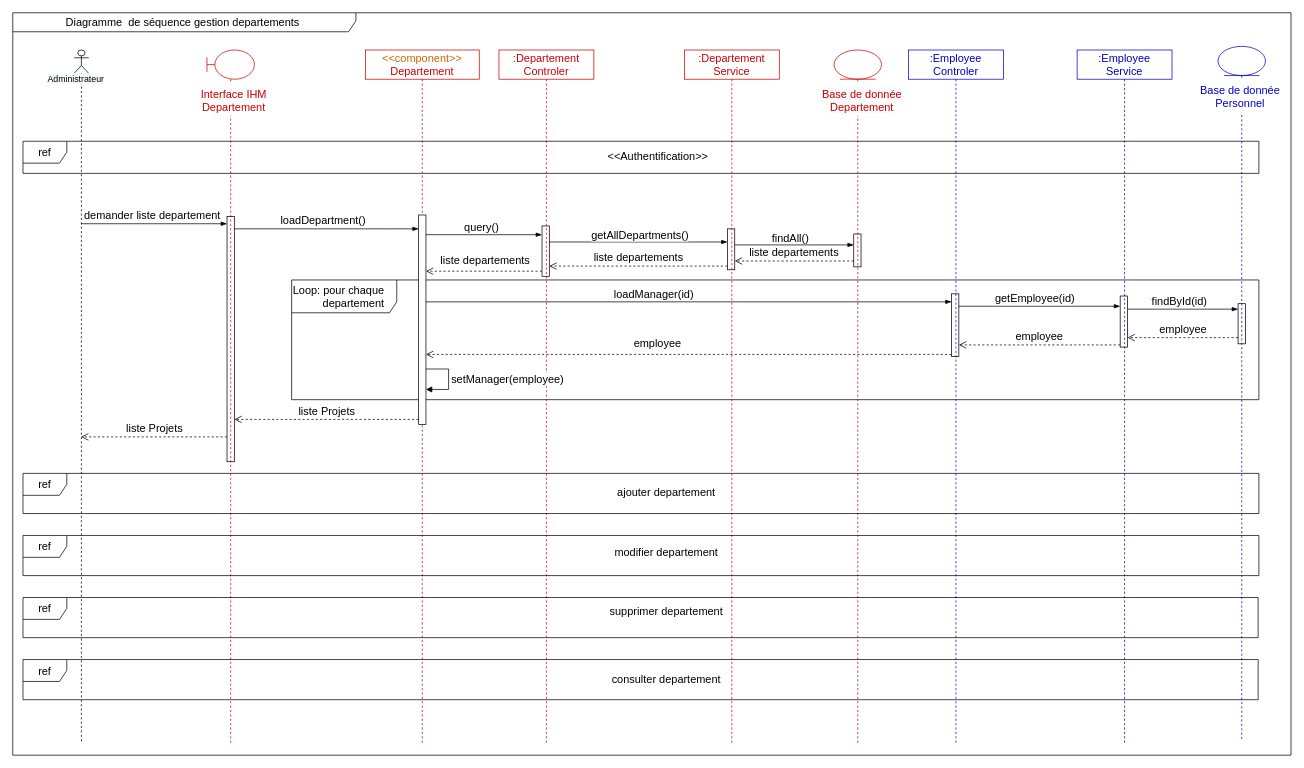
Above: Department/DepartmentListDiagrammeSequence.drawio in ZidiMedAmine/UML (draw.io), before the change. Source tidied: cells renumbered, new cells numbered last; positions are measured from the earlier drawing's top-left corner, leaving out a move shared by most shapes. Both pictures are drawn from the tidied source at 73%, with x=0, y=0 at pixel (12, 12).
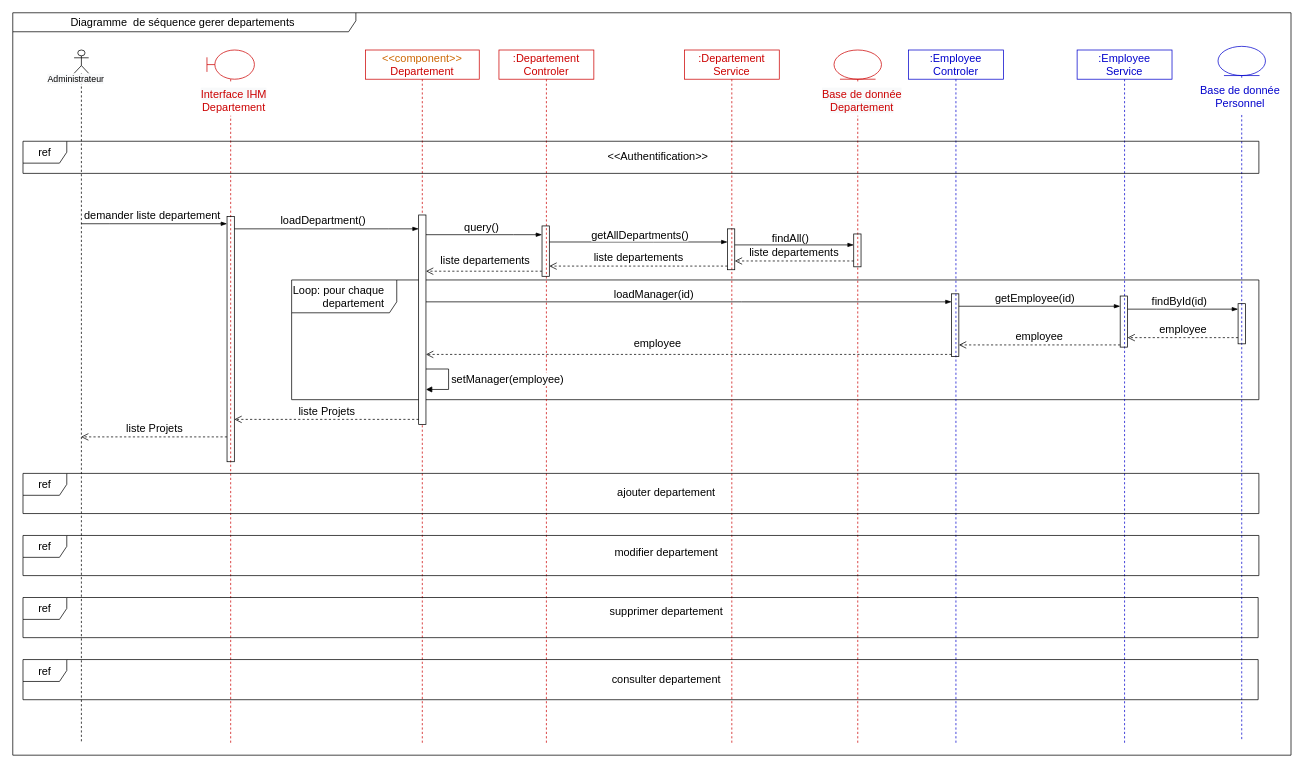
The same diagram, later.

Commit message:
Mettre à jour DepartmentListDiagrammeSequence.drawio

What changed in the source:
```diff
@@
-    <mxCell id="2" value="Diagramme&amp;nbsp; de séquence gestion departements&amp;nbsp;" style="shape=umlFrame;whiteSpace=wrap;html=1;rounded=0;shadow=0;glass=0;sketch=0;fontSize=15;fillColor=none;width=470;height=26;" parent="1" vertex="1">
+    <mxCell id="2" value="Diagramme&amp;nbsp; de séquence gerer departements&amp;nbsp;" style="shape=umlFrame;whiteSpace=wrap;html=1;rounded=0;shadow=0;glass=0;sketch=0;fontSize=15;fillColor=none;width=470;height=26;" parent="1" vertex="1">
       <mxGeometry width="1751" height="1017" as="geometry" />
     </mxCell>
```
